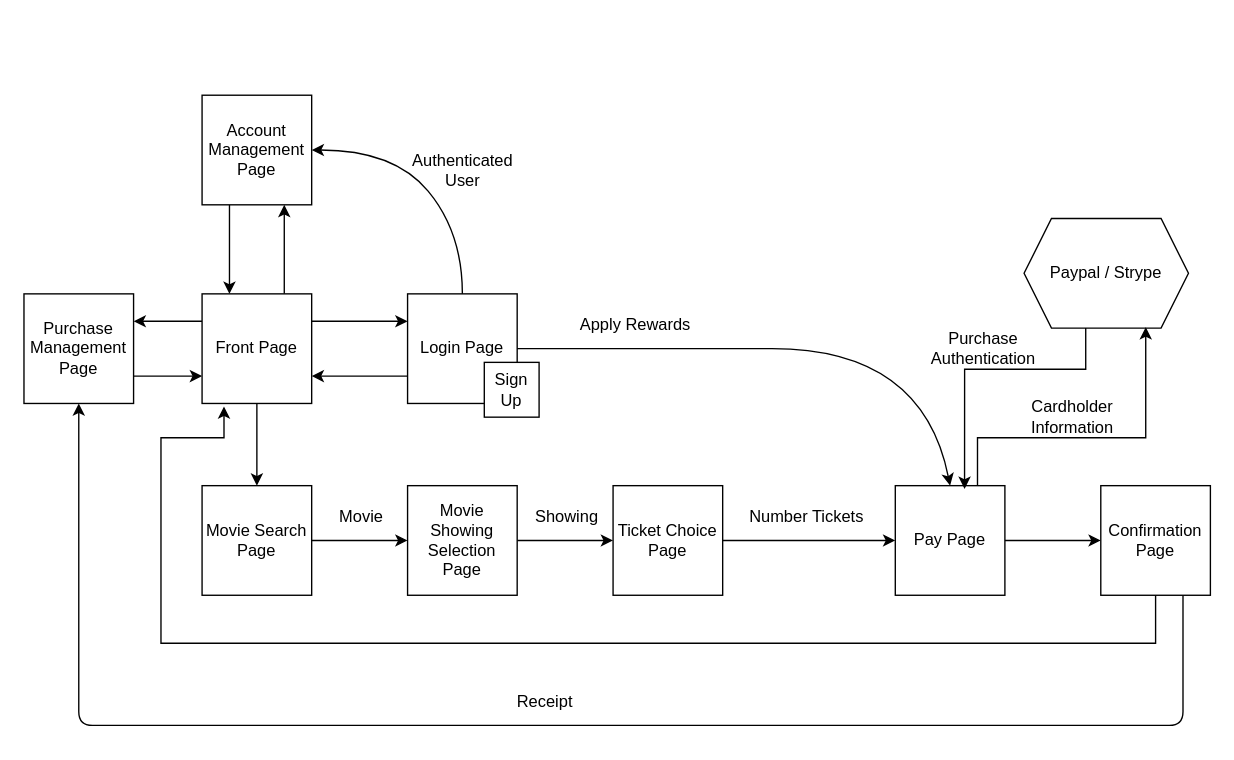
jfallz/MTTS keeps this draw.io diagram as SWA Diagram.drawio. Above is the earlier version. Source tidied: cells renumbered, new cells numbered last; positions are measured from the earlier drawing's top-left corner, leaving out a move shared by most shapes. Both pictures are drawn from the tidied source at 137%, with x=0, y=0 at pixel (23, 95).
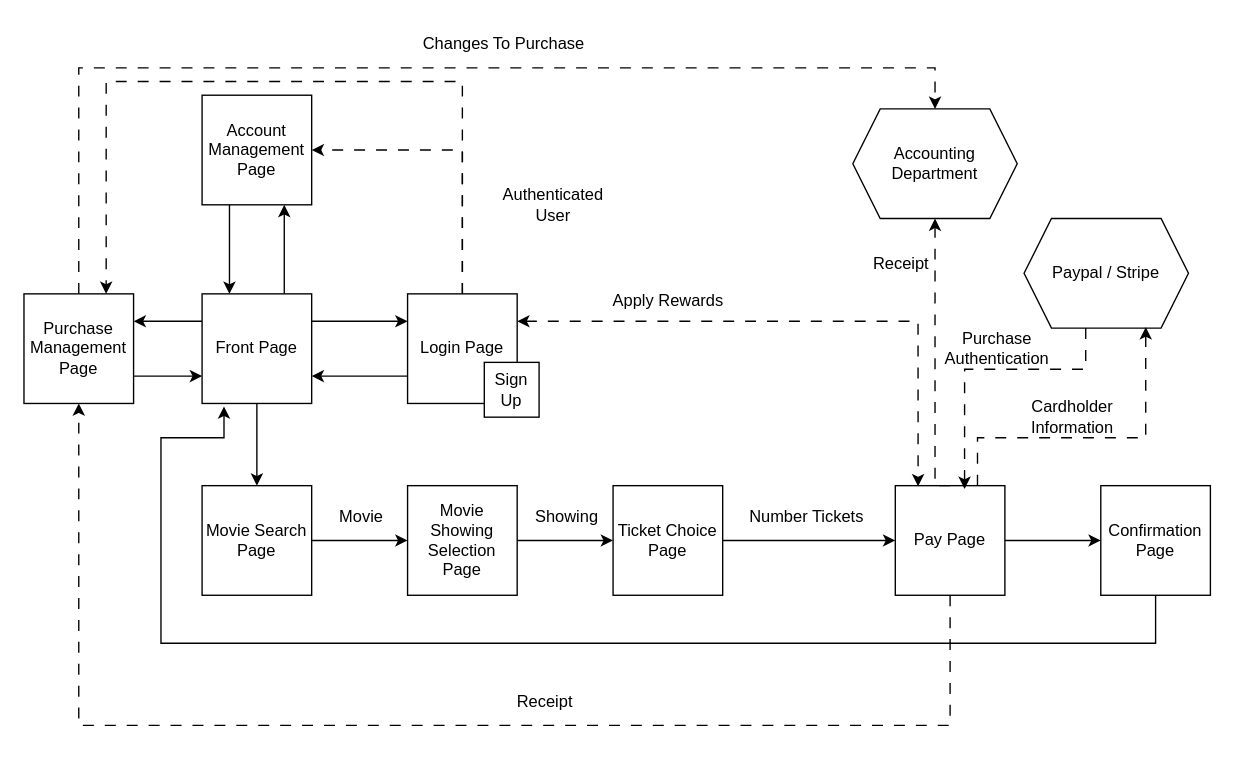
After the change.

Commit message (it also covers changes not shown here):
Updated SWA adding Accounting

The change refers to these unchanged cells:
```xml
<mxCell id="3" value="Login Page" style="whiteSpace=wrap;html=1;" parent="1" vertex="1">
  <mxGeometry x="280" y="145" width="80" height="80" as="geometry" />
</mxCell>
<mxCell id="5" value="Pay Page" style="whiteSpace=wrap;html=1;" parent="1" vertex="1">
  <mxGeometry x="636" y="285" width="80" height="80" as="geometry" />
</mxCell>
<mxCell id="9" value="Confirmation Page" style="whiteSpace=wrap;html=1;" parent="1" vertex="1">
  <mxGeometry x="786" y="285" width="80" height="80" as="geometry" />
</mxCell>
<mxCell id="26" value="Account Management Page" style="whiteSpace=wrap;html=1;" parent="1" vertex="1">
  <mxGeometry x="130" width="80" height="80" as="geometry" />
</mxCell>
<mxCell id="30" value="Purchase Management Page" style="whiteSpace=wrap;html=1;" parent="1" vertex="1">
  <mxGeometry y="145" width="80" height="80" as="geometry" />
</mxCell>
```

What changed in the source:
```diff
@@
+    <mxCell id="27" style="edgeStyle=orthogonalEdgeStyle;rounded=0;jettySize=auto;html=1;exitX=0.5;exitY=0;exitDx=0;exitDy=0;entryX=1;entryY=0.5;entryDx=0;entryDy=0;dashed=1;dashPattern=8 8;" parent="1" edge="1" source="3" target="26">
+      <mxGeometry relative="1" as="geometry" />
+    </mxCell>
+    <mxCell id="38" style="edgeStyle=orthogonalEdgeStyle;rounded=0;jettySize=auto;html=1;exitX=0.5;exitY=0;exitDx=0;exitDy=0;entryX=0.75;entryY=0;entryDx=0;entryDy=0;dashed=1;dashPattern=8 8;" parent="1" edge="1" source="3" target="30">
+      <mxGeometry relative="1" as="geometry">
+        <Array as="points">
+          <mxPoint x="320" y="-10" />
+          <mxPoint x="60" y="-10" />
+        </Array>
+      </mxGeometry>
+    </mxCell>
@@
-    <mxCell id="8" style="edgeStyle=orthogonalEdgeStyle;rounded=1;jettySize=auto;html=1;exitX=0.75;exitY=1;exitDx=0;exitDy=0;curved=0;" parent="1" edge="1" source="9" target="30">
+    <mxCell id="8" style="edgeStyle=orthogonalEdgeStyle;rounded=0;jettySize=auto;html=1;exitX=0.5;exitY=1;exitDx=0;exitDy=0;curved=0;dashed=1;dashPattern=8 8;" parent="1" edge="1" source="5" target="30">
       <mxGeometry relative="1" as="geometry">
         <Array as="points">
-          <mxPoint x="846" y="460" />
+          <mxPoint x="676" y="460" />
           <mxPoint x="40" y="460" />
         </Array>
       </mxGeometry>
     </mxCell>
@@
-    <mxCell id="23" style="curved=1;endArrow=classic;html=1;rounded=0;exitX=1;exitY=0.5;exitDx=0;exitDy=0;entryX=0.5;entryY=0;entryDx=0;entryDy=0;" parent="1" edge="1" source="3" target="5">
-      <mxGeometry relative="1" as="geometry">
-        <Array as="points">
-          <mxPoint x="436" y="185" />
-          <mxPoint x="656" y="185" />
-        </Array>
-      </mxGeometry>
-    </mxCell>
     <mxCell id="24" value="Apply Rewards" style="text;html=1;align=center;verticalAlign=middle;strokeColor=none;fillColor=none;" parent="1" vertex="1">
-      <mxGeometry x="396" y="153" width="100" height="30" as="geometry" />
+      <mxGeometry x="420" y="135" width="100" height="30" as="geometry" />
     </mxCell>
@@
-    <mxCell id="27" style="curved=1;endArrow=classic;html=1;rounded=0;exitX=0.5;exitY=0;exitDx=0;exitDy=0;entryX=1;entryY=0.5;entryDx=0;entryDy=0;" parent="1" edge="1" source="3" target="26">
-      <mxGeometry relative="1" as="geometry">
-        <Array as="points">
-          <mxPoint x="320" y="100" />
-          <mxPoint x="270" y="40" />
-        </Array>
-      </mxGeometry>
-    </mxCell>
     <mxCell id="28" value="Authenticated&lt;div&gt;User&lt;/div&gt;" style="text;html=1;align=center;verticalAlign=middle;strokeColor=none;fillColor=none;" parent="1" vertex="1">
-      <mxGeometry x="270" y="35" width="100" height="40" as="geometry" />
+      <mxGeometry x="336" y="60" width="100" height="40" as="geometry" />
     </mxCell>
@@
+    <mxCell id="39" style="edgeStyle=orthogonalEdgeStyle;rounded=0;jettySize=auto;html=1;exitX=0.5;exitY=0;exitDx=0;exitDy=0;entryX=0.5;entryY=0;entryDx=0;entryDy=0;dashed=1;dashPattern=8 8;" parent="1" edge="1" source="30" target="40">
+      <mxGeometry relative="1" as="geometry">
+        <Array as="points">
+          <mxPoint x="40" y="-20" />
+          <mxPoint x="665" y="-20" />
+        </Array>
+      </mxGeometry>
+    </mxCell>
@@
-    <mxCell id="33" value="Paypal / Strype" style="shape=hexagon;perimeter=hexagonPerimeter2;whiteSpace=wrap;html=1;fixedSize=1;" parent="1" vertex="1">
+    <mxCell id="33" value="Paypal / Stripe" style="shape=hexagon;perimeter=hexagonPerimeter2;whiteSpace=wrap;html=1;fixedSize=1;" parent="1" vertex="1">
       <mxGeometry x="730" y="90" width="120" height="80" as="geometry" />
     </mxCell>
-    <mxCell id="34" style="edgeStyle=orthogonalEdgeStyle;rounded=0;jettySize=auto;html=1;exitX=0.75;exitY=0;exitDx=0;exitDy=0;entryX=0.74;entryY=0.991;entryDx=0;entryDy=0;entryPerimeter=0;" parent="1" edge="1" source="5" target="33">
+    <mxCell id="34" style="edgeStyle=orthogonalEdgeStyle;rounded=0;jettySize=auto;html=1;exitX=0.75;exitY=0;exitDx=0;exitDy=0;entryX=0.74;entryY=0.991;entryDx=0;entryDy=0;entryPerimeter=0;dashed=1;dashPattern=8 8;" parent="1" edge="1" source="5" target="33">
       <mxGeometry relative="1" as="geometry">
         <Array as="points">
           <mxPoint x="696" y="250" />
           <mxPoint x="819" y="250" />
         </Array>
       </mxGeometry>
     </mxCell>
-    <mxCell id="35" style="edgeStyle=orthogonalEdgeStyle;rounded=0;jettySize=auto;html=1;exitX=0.375;exitY=1;exitDx=0;exitDy=0;entryX=0.632;entryY=0.03;entryDx=0;entryDy=0;entryPerimeter=0;" parent="1" edge="1" source="33" target="5">
+    <mxCell id="35" style="edgeStyle=orthogonalEdgeStyle;rounded=0;jettySize=auto;html=1;exitX=0.375;exitY=1;exitDx=0;exitDy=0;entryX=0.632;entryY=0.03;entryDx=0;entryDy=0;entryPerimeter=0;dashed=1;dashPattern=8 8;" parent="1" edge="1" source="33" target="5">
       <mxGeometry relative="1" as="geometry">
         <Array as="points">
           <mxPoint x="775" y="200" />
           <mxPoint x="687" y="200" />
         </Array>
       </mxGeometry>
     </mxCell>
@@
     <mxCell id="37" value="Purchase&lt;div&gt;Authentication&lt;/div&gt;" style="text;html=1;align=center;verticalAlign=middle;strokeColor=none;fillColor=none;" parent="1" vertex="1">
-      <mxGeometry x="650" y="165" width="100" height="40" as="geometry" />
+      <mxGeometry x="660" y="165" width="100" height="40" as="geometry" />
     </mxCell>
+    <mxCell id="40" value="Accounting Department" style="shape=hexagon;perimeter=hexagonPerimeter2;whiteSpace=wrap;html=1;fixedSize=1;" parent="1" vertex="1">
+      <mxGeometry x="605" y="10" width="120" height="80" as="geometry" />
+    </mxCell>
+    <mxCell id="41" style="edgeStyle=orthogonalEdgeStyle;rounded=0;jettySize=auto;html=1;exitX=0.5;exitY=0;exitDx=0;exitDy=0;dashed=1;dashPattern=8 8;" parent="1" edge="1" source="5">
+      <mxGeometry relative="1" as="geometry">
+        <mxPoint x="665" y="90" as="targetPoint" />
+        <Array as="points">
+          <mxPoint x="665" y="285" />
+          <mxPoint x="665" y="90" />
+        </Array>
+      </mxGeometry>
+    </mxCell>
+    <mxCell id="42" value="Receipt" style="text;html=1;align=center;verticalAlign=middle;strokeColor=none;fillColor=none;" parent="1" vertex="1">
+      <mxGeometry x="610" y="108" width="60" height="30" as="geometry" />
+    </mxCell>
+    <mxCell id="43" value="Changes To Purchase" style="text;html=1;align=center;verticalAlign=middle;strokeColor=none;fillColor=none;" parent="1" vertex="1">
+      <mxGeometry x="280" y="-52" width="140" height="30" as="geometry" />
+    </mxCell>
+    <mxCell id="23" style="edgeStyle=orthogonalEdgeStyle;rounded=0;jettySize=auto;html=1;exitX=1;exitY=0.25;exitDx=0;exitDy=0;entryX=0.208;entryY=0.006;entryDx=0;entryDy=0;entryPerimeter=0;dashed=1;dashPattern=8 8;startArrow=classic;startFill=1;" parent="1" edge="1" source="3" target="5">
+      <mxGeometry relative="1" as="geometry" />
+    </mxCell>
```
